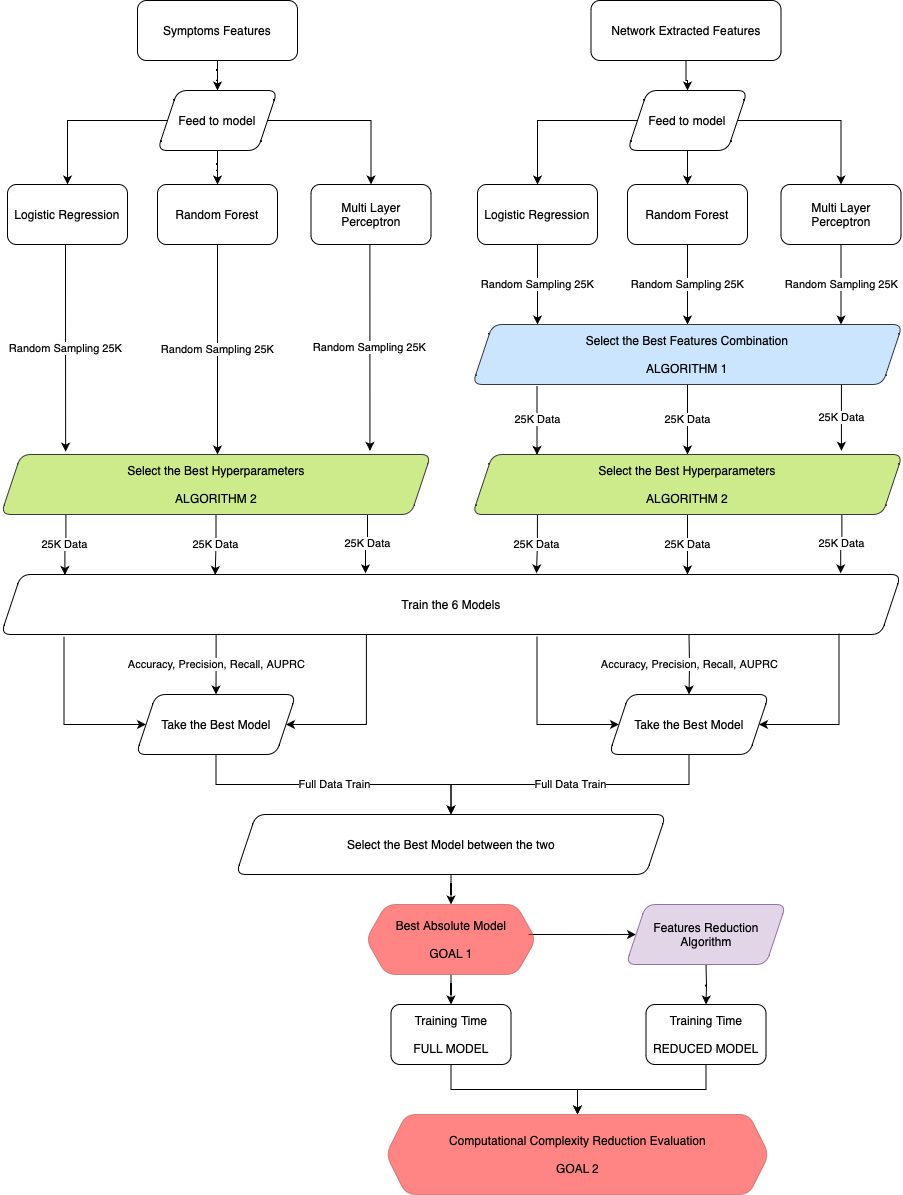
Earlier version of the draw.io export report/images/operational_flow.png (DavideLigari/disease-prediction). Source tidied: cells renumbered, new cells last; positions are measured from the earlier drawing's top-left corner, leaving out a move shared by most shapes.
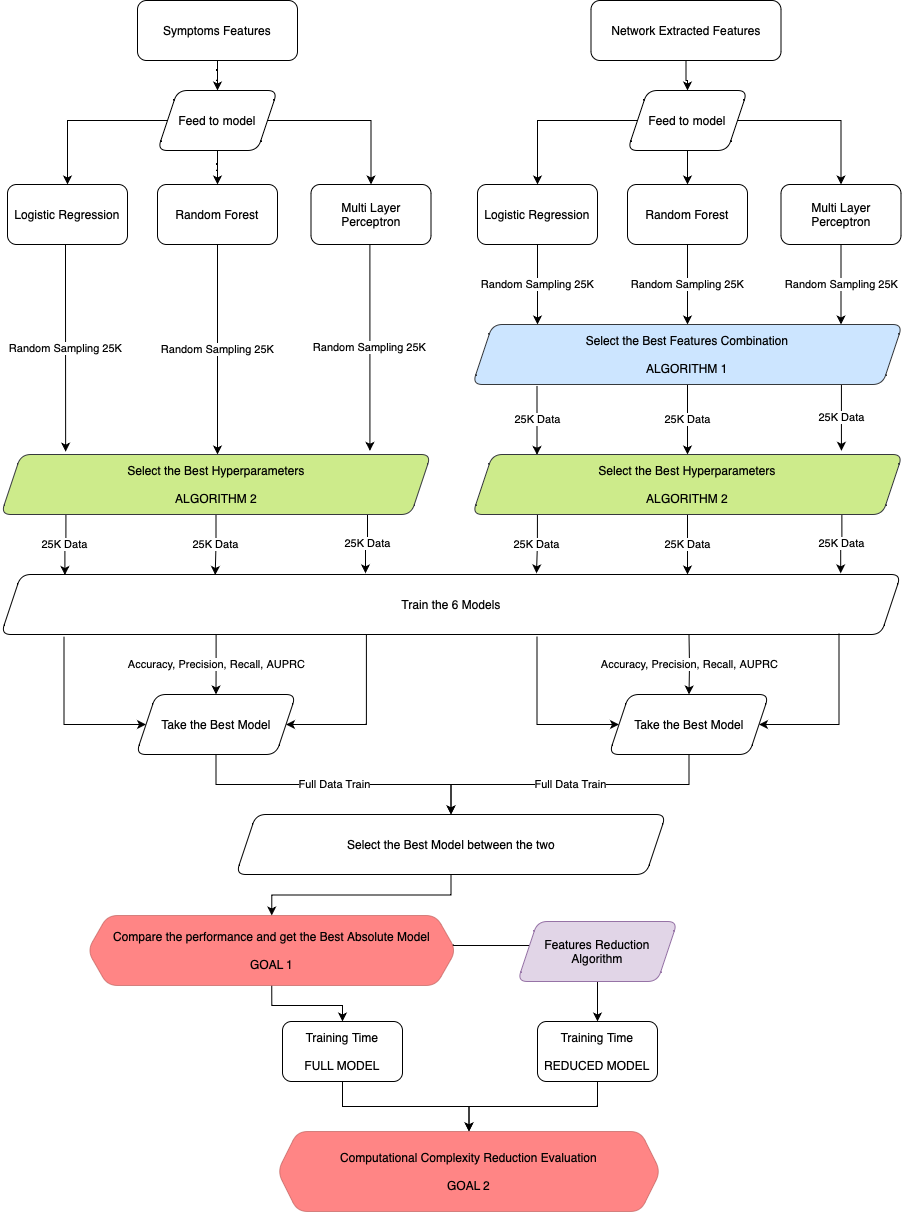
After the commit.

Diff of the diagram source:
```diff
@@ -217,40 +217,40 @@
     <mxCell id="50" value="Select the Best Model between the two" style="shape=parallelogram;perimeter=parallelogramPerimeter;whiteSpace=wrap;html=1;fixedSize=1;rounded=1;" parent="1" vertex="1">
       <mxGeometry x="234.5" y="814" width="430" height="60" as="geometry" />
     </mxCell>
-    <mxCell id="51" style="edgeStyle=orthogonalEdgeStyle;rounded=0;orthogonalLoop=1;jettySize=auto;html=1;" parent="1" edge="1">
+    <mxCell id="51" style="edgeStyle=orthogonalEdgeStyle;rounded=0;jettySize=auto;html=1;exitX=0.992;exitY=0.412;exitDx=0;exitDy=0;exitPerimeter=0;" parent="1" edge="1" source="60">
       <mxGeometry relative="1" as="geometry">
-        <mxPoint x="527" y="934" as="sourcePoint" />
-        <mxPoint x="634.5" y="934" as="targetPoint" />
+        <mxPoint x="634.5" y="945" as="targetPoint" />
+        <Array as="points">
+          <mxPoint x="452" y="945" />
+        </Array>
       </mxGeometry>
     </mxCell>
     <mxCell id="52" style="edgeStyle=orthogonalEdgeStyle;rounded=0;jettySize=auto;html=1;exitX=0.5;exitY=1;exitDx=0;exitDy=0;" parent="1" edge="1" source="60" target="58">
       <mxGeometry relative="1" as="geometry" />
     </mxCell>
-    <mxCell id="53" style="edgeStyle=orthogonalEdgeStyle;rounded=0;jettySize=auto;html=1;" parent="1" edge="1" target="56">
-      <mxGeometry relative="1" as="geometry">
-        <mxPoint x="704.5" y="964" as="sourcePoint" />
-      </mxGeometry>
-    </mxCell>
+    <mxCell id="61" style="edgeStyle=orthogonalEdgeStyle;rounded=0;jettySize=auto;html=1;" parent="1" edge="1" source="54" target="56">
+      <mxGeometry relative="1" as="geometry" />
+    </mxCell>
     <mxCell id="54" value="Features Reduction Algorithm" style="shape=parallelogram;perimeter=parallelogramPerimeter;whiteSpace=wrap;html=1;fixedSize=1;rounded=1;fillColor=#e1d5e7;strokeColor=#9673a6;" parent="1" vertex="1">
-      <mxGeometry x="624.5" y="904" width="160" height="60" as="geometry" />
+      <mxGeometry x="516" y="921" width="160" height="60" as="geometry" />
     </mxCell>
     <mxCell id="55" style="edgeStyle=orthogonalEdgeStyle;rounded=0;jettySize=auto;html=1;" parent="1" edge="1" source="56" target="59">
       <mxGeometry relative="1" as="geometry" />
     </mxCell>
     <mxCell id="56" value="Training Time&lt;br&gt;&lt;br&gt;REDUCED MODEL" style="rounded=1;whiteSpace=wrap;html=1;" parent="1" vertex="1">
-      <mxGeometry x="644.5" y="1004" width="120" height="60" as="geometry" />
+      <mxGeometry x="536" y="1021" width="120" height="60" as="geometry" />
     </mxCell>
     <mxCell id="57" style="edgeStyle=orthogonalEdgeStyle;rounded=0;jettySize=auto;html=1;" parent="1" edge="1" source="58" target="59">
       <mxGeometry relative="1" as="geometry" />
     </mxCell>
     <mxCell id="58" value="Training Time&lt;br&gt;&lt;br&gt;FULL MODEL" style="rounded=1;whiteSpace=wrap;html=1;" parent="1" vertex="1">
-      <mxGeometry x="389.5" y="1004" width="120" height="60" as="geometry" />
+      <mxGeometry x="281" y="1021" width="120" height="60" as="geometry" />
     </mxCell>
     <mxCell id="59" value="Computational Complexity Reduction Evaluation&lt;br&gt;&lt;br&gt;GOAL 2" style="shape=hexagon;perimeter=hexagonPerimeter2;whiteSpace=wrap;html=1;fixedSize=1;rounded=1;fillColor=#FF3333;opacity=60;strokeColor=#b85450;" parent="1" vertex="1">
-      <mxGeometry x="384.5" y="1114" width="383" height="80" as="geometry" />
+      <mxGeometry x="276" y="1131" width="383" height="80" as="geometry" />
     </mxCell>
-    <mxCell id="60" value="Best Absolute Model&lt;br&gt;&lt;br&gt;GOAL 1" style="shape=hexagon;perimeter=hexagonPerimeter2;whiteSpace=wrap;html=1;fixedSize=1;rounded=1;fillColor=#FF3333;strokeColor=#b85450;opacity=60;shadow=0;" parent="1" vertex="1">
-      <mxGeometry x="364.5" y="904" width="170" height="70" as="geometry" />
+    <mxCell id="60" value="Compare the performance and get the Best Absolute Model&lt;br&gt;&lt;br&gt;GOAL 1" style="shape=hexagon;perimeter=hexagonPerimeter2;whiteSpace=wrap;html=1;fixedSize=1;rounded=1;fillColor=#FF3333;strokeColor=#b85450;opacity=60;shadow=0;" parent="1" vertex="1">
+      <mxGeometry x="86" y="915" width="368.5" height="70" as="geometry" />
     </mxCell>
   </root>
 </mxGraphModel>
```
